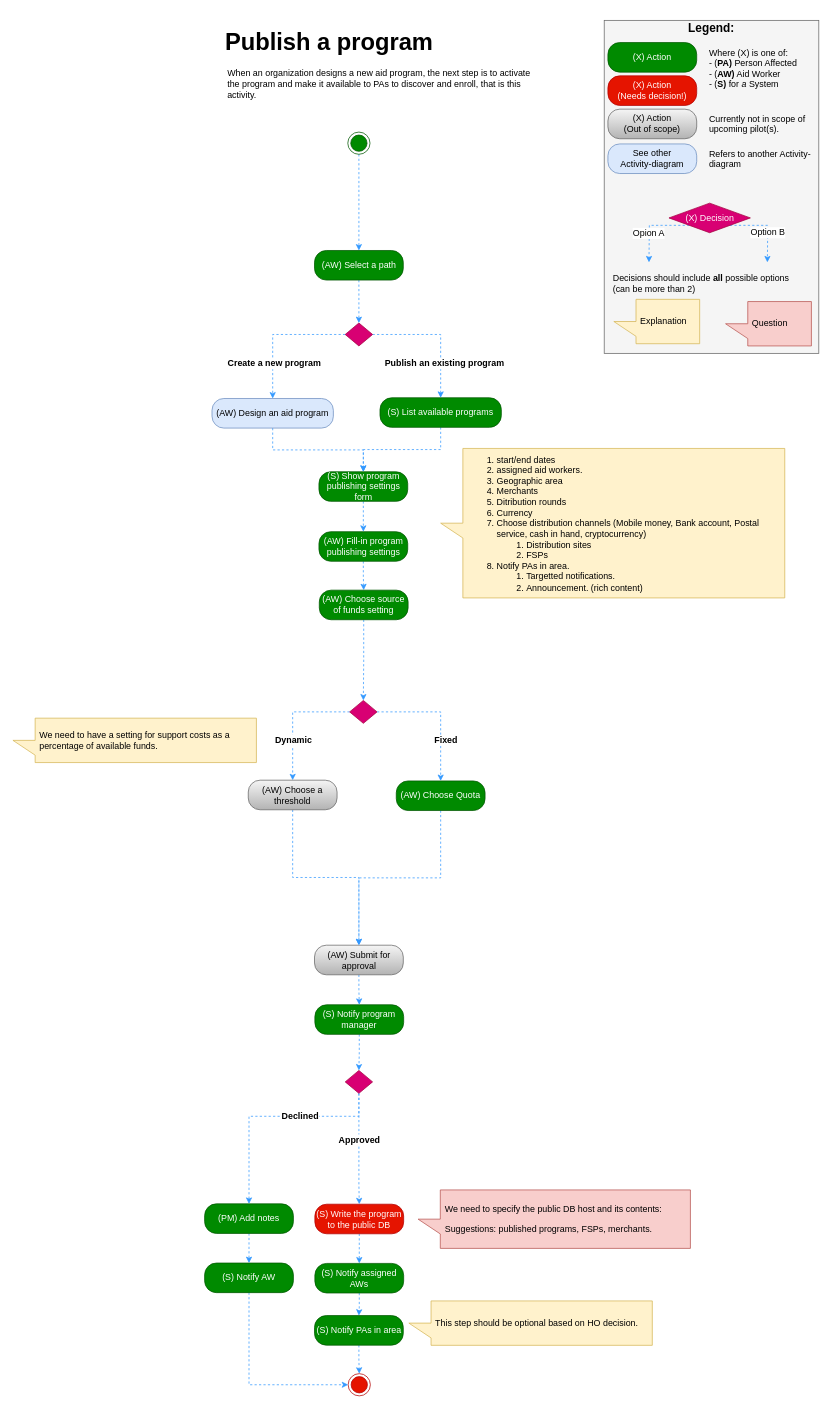
This is Activity Diagrams/Publish a program activity.drawio from nsward/diagrams, a draw.io file, before an edit. Source tidied: cells renumbered, new cells numbered last; positions are measured from the earlier drawing's top-left corner, leaving out a move shared by most shapes. Both pictures are drawn from the tidied source at 74%, with x=0, y=0 at pixel (13, 13).
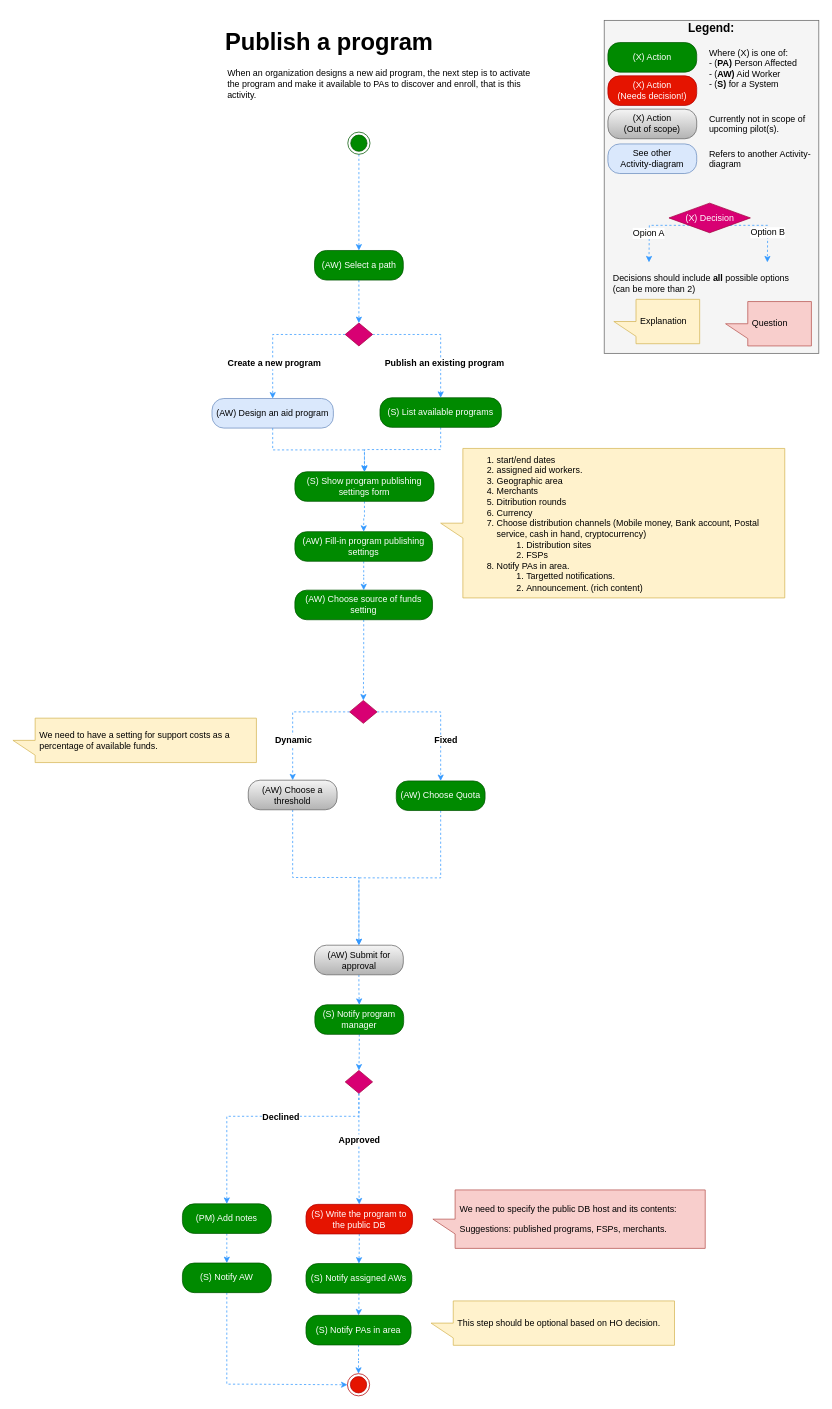
The same diagram, later.

Unchanged cells that the change refers to:
```xml
<mxCell id="69" value="&lt;span&gt;&lt;br&gt;&lt;/span&gt;" style="rhombus;whiteSpace=wrap;html=1;fillColor=#d80073;strokeColor=#A50040;fontColor=#ffffff;" parent="1" vertex="1">
  <mxGeometry x="449" y="1429" width="37" height="31" as="geometry" />
</mxCell>
```

What changed in the source:
```diff
@@
     <mxCell id="9" value="(S) Show program publishing settings form" style="rounded=1;whiteSpace=wrap;html=1;arcSize=40;fillColor=#008a00;strokeColor=#005700;fontColor=#ffffff;" parent="1" vertex="1">
-      <mxGeometry x="413.5" y="620" width="120" height="40" as="geometry" />
+      <mxGeometry x="381" y="620" width="188" height="40" as="geometry" />
     </mxCell>
@@
     <mxCell id="11" value="(AW) Fill-in program publishing settings" style="rounded=1;whiteSpace=wrap;html=1;arcSize=40;fillColor=#008a00;strokeColor=#005700;fontColor=#ffffff;" parent="1" vertex="1">
-      <mxGeometry x="413.5" y="701" width="120" height="40" as="geometry" />
+      <mxGeometry x="381" y="701" width="186" height="40" as="geometry" />
     </mxCell>
@@
     <mxCell id="13" value="(AW) Choose source of funds setting" style="rounded=1;whiteSpace=wrap;html=1;arcSize=40;fillColor=#008a00;strokeColor=#005700;fontColor=#ffffff;" parent="1" vertex="1">
-      <mxGeometry x="414" y="780" width="120" height="40" as="geometry" />
+      <mxGeometry x="381" y="780" width="186" height="40" as="geometry" />
     </mxCell>
@@
     <mxCell id="47" value="(S) Write the program to the public DB&lt;br&gt;" style="rounded=1;whiteSpace=wrap;html=1;arcSize=40;fillColor=#e51400;strokeColor=#B20000;fontColor=#ffffff;" parent="1" vertex="1">
-      <mxGeometry x="408" y="1609.8" width="120" height="40" as="geometry" />
+      <mxGeometry x="396" y="1610" width="144" height="40" as="geometry" />
     </mxCell>
     <mxCell id="48" style="ellipse;html=1;shape=endState;fillColor=#e51400;strokeColor=#B20000;fontColor=#ffffff;" parent="1" vertex="1">
-      <mxGeometry x="453" y="1838.8" width="30" height="30" as="geometry" />
+      <mxGeometry x="452" y="1838.8" width="30" height="30" as="geometry" />
     </mxCell>
@@
     <mxCell id="50" value="(S) Notify assigned AWs&lt;br&gt;" style="rounded=1;whiteSpace=wrap;html=1;arcSize=40;fillColor=#008a00;strokeColor=#005700;fontColor=#ffffff;" parent="1" vertex="1">
-      <mxGeometry x="408" y="1689.8" width="120" height="40" as="geometry" />
+      <mxGeometry x="396" y="1690" width="143" height="40" as="geometry" />
     </mxCell>
@@
     <mxCell id="53" value="&lt;p&gt;We need to specify the public DB host and its contents:&lt;/p&gt;&lt;p&gt;Suggestions: published programs, FSPs, merchants.&lt;/p&gt;" style="shape=callout;whiteSpace=wrap;html=1;perimeter=calloutPerimeter;fillColor=#f8cecc;fontSize=12;align=left;strokeColor=#b85450;spacingLeft=4;direction=south;" parent="1" vertex="1">
-      <mxGeometry x="547.5" y="1590.5" width="368" height="79" as="geometry" />
+      <mxGeometry x="567.5" y="1590.5" width="368" height="79" as="geometry" />
     </mxCell>
@@
-    <mxCell id="65" style="edgeStyle=orthogonalEdgeStyle;rounded=0;jettySize=auto;html=1;exitX=0.5;exitY=1;exitDx=0;exitDy=0;entryX=0.5;entryY=0;entryDx=0;entryDy=0;dashed=1;strokeColor=#3399FF;fontColor=#ffffff;" parent="1" edge="1" source="69" target="47">
+    <mxCell id="65" style="edgeStyle=orthogonalEdgeStyle;rounded=0;jettySize=auto;html=1;exitX=0.5;exitY=1;exitDx=0;exitDy=0;dashed=1;strokeColor=#3399FF;fontColor=#ffffff;entryX=0.5;entryY=0;entryDx=0;entryDy=0;" parent="1" edge="1" source="69" target="47">
       <mxGeometry relative="1" as="geometry">
         <Array as="points">
-          <mxPoint x="468" y="1584" />
-          <mxPoint x="468" y="1584" />
+          <mxPoint x="468" y="1583" />
+          <mxPoint x="468" y="1583" />
         </Array>
       </mxGeometry>
     </mxCell>
@@
     <mxCell id="67" style="edgeStyle=orthogonalEdgeStyle;rounded=0;jettySize=auto;html=1;entryX=0.5;entryY=0;entryDx=0;entryDy=0;dashed=1;strokeColor=#3399FF;fontColor=#ffffff;" parent="1" edge="1" source="69" target="71">
       <mxGeometry relative="1" as="geometry">
         <Array as="points">
           <mxPoint x="468" y="1491" />
-          <mxPoint x="319" y="1491" />
+          <mxPoint x="289" y="1491" />
         </Array>
       </mxGeometry>
     </mxCell>
     <mxCell id="68" value="Declined" style="text;html=1;align=center;verticalAlign=middle;labelBackgroundColor=#ffffff;fontColor=#000000;fontStyle=1;direction=south;" parent="67" vertex="1">
       <mxGeometry x="0.78" y="3" relative="1" as="geometry">
-        <mxPoint x="65.5" y="-86.5" as="offset" />
+        <mxPoint x="69.5" y="-82.5" as="offset" />
       </mxGeometry>
     </mxCell>
@@
     <mxCell id="71" value="(PM) Add notes&lt;br&gt;" style="rounded=1;whiteSpace=wrap;html=1;arcSize=40;fillColor=#008a00;strokeColor=#005700;fontColor=#ffffff;" parent="1" vertex="1">
-      <mxGeometry x="259" y="1609.3" width="120" height="40" as="geometry" />
+      <mxGeometry x="229" y="1609.3" width="120" height="40" as="geometry" />
     </mxCell>
-    <mxCell id="72" style="edgeStyle=orthogonalEdgeStyle;rounded=0;jettySize=auto;html=1;entryX=0;entryY=0.5;entryDx=0;entryDy=0;dashed=1;strokeColor=#3399FF;fontColor=#000000;" parent="1" edge="1" source="73" target="48">
+    <mxCell id="72" style="edgeStyle=orthogonalEdgeStyle;rounded=0;jettySize=auto;html=1;entryX=0;entryY=0.5;entryDx=0;entryDy=0;dashed=1;strokeColor=#3399FF;fontColor=#000000;exitX=0.5;exitY=1;exitDx=0;exitDy=0;" parent="1" edge="1" source="73" target="48">
       <mxGeometry relative="1" as="geometry">
         <Array as="points">
+          <mxPoint x="289" y="1853" />
           <mxPoint x="319" y="1853" />
+          <mxPoint x="319" y="1854" />
         </Array>
       </mxGeometry>
     </mxCell>
     <mxCell id="73" value="(S) Notify AW&lt;br&gt;" style="rounded=1;whiteSpace=wrap;html=1;arcSize=40;fillColor=#008a00;strokeColor=#005700;fontColor=#ffffff;" parent="1" vertex="1">
-      <mxGeometry x="259" y="1689.3" width="120" height="40" as="geometry" />
+      <mxGeometry x="229" y="1689.3" width="120" height="40" as="geometry" />
     </mxCell>
@@
     <mxCell id="75" value="(S) Notify PAs in area&lt;br&gt;" style="rounded=1;whiteSpace=wrap;html=1;arcSize=40;fillColor=#008a00;strokeColor=#005700;fontColor=#ffffff;" parent="1" vertex="1">
-      <mxGeometry x="407.5" y="1760.3" width="120" height="40" as="geometry" />
+      <mxGeometry x="396" y="1760" width="142" height="40" as="geometry" />
     </mxCell>
@@
     <mxCell id="77" value="&lt;p&gt;This step should be optional based on HO decision.&lt;/p&gt;" style="shape=callout;whiteSpace=wrap;html=1;perimeter=calloutPerimeter;fillColor=#fff2cc;fontSize=12;align=left;strokeColor=#d6b656;spacingLeft=4;direction=south;" parent="1" vertex="1">
-      <mxGeometry x="535" y="1740.5" width="329" height="60" as="geometry" />
+      <mxGeometry x="565" y="1740.5" width="329" height="60" as="geometry" />
     </mxCell>
```
